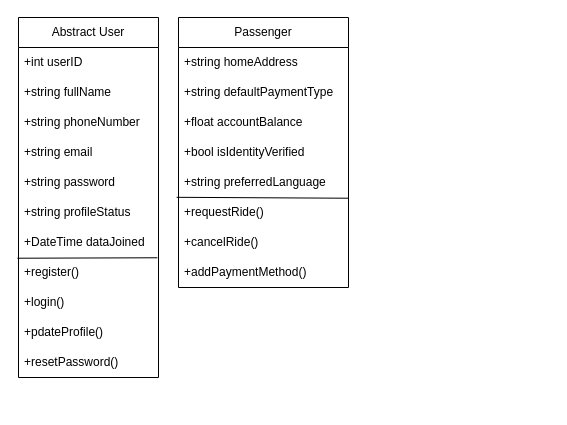
Earlier version of the draw.io diagram SEPP_CW2_Class_Diagram.drawio (Anuja-jayasinghe/DrawIo_Projects). Source tidied: cells renumbered, new cells numbered last; positions are measured from the earlier drawing's top-left corner, leaving out a move shared by most shapes. Both pictures are drawn from the tidied source at 100%, with x=0, y=0 at pixel (18, 17).
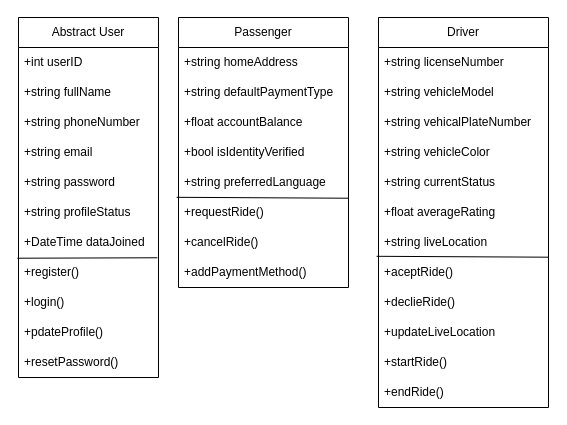
After the change.

Diff of the diagram source:
```diff
@@
+    <mxCell id="25" value="Driver" style="swimlane;fontStyle=0;horizontal=1;startSize=30;whiteSpace=wrap;html=1;" parent="1" vertex="1">
+      <mxGeometry x="360" width="170" height="390" as="geometry" />
+    </mxCell>
+    <mxCell id="26" value="+string licenseNumber" style="text;strokeColor=none;fillColor=none;align=left;verticalAlign=middle;spacingLeft=4;spacingRight=4;overflow=hidden;whiteSpace=wrap;html=1;" parent="25" vertex="1">
+      <mxGeometry y="30" width="170" height="30" as="geometry" />
+    </mxCell>
+    <mxCell id="27" value="+string vehicleModel" style="text;strokeColor=none;fillColor=none;align=left;verticalAlign=middle;spacingLeft=4;spacingRight=4;overflow=hidden;whiteSpace=wrap;html=1;" parent="25" vertex="1">
+      <mxGeometry y="60" width="170" height="30" as="geometry" />
+    </mxCell>
+    <mxCell id="28" value="+string vehicalPlateNumber" style="text;strokeColor=none;fillColor=none;align=left;verticalAlign=middle;spacingLeft=4;spacingRight=4;overflow=hidden;whiteSpace=wrap;html=1;" parent="25" vertex="1">
+      <mxGeometry y="90" width="170" height="30" as="geometry" />
+    </mxCell>
+    <mxCell id="29" value="+string vehicleColor" style="text;strokeColor=none;fillColor=none;align=left;verticalAlign=middle;spacingLeft=4;spacingRight=4;overflow=hidden;whiteSpace=wrap;html=1;" parent="25" vertex="1">
+      <mxGeometry y="120" width="170" height="30" as="geometry" />
+    </mxCell>
+    <mxCell id="30" value="+string currentStatus" style="text;strokeColor=none;fillColor=none;align=left;verticalAlign=middle;spacingLeft=4;spacingRight=4;overflow=hidden;whiteSpace=wrap;html=1;" parent="25" vertex="1">
+      <mxGeometry y="150" width="170" height="30" as="geometry" />
+    </mxCell>
+    <mxCell id="31" value="+float averageRating" style="text;strokeColor=none;fillColor=none;align=left;verticalAlign=middle;spacingLeft=4;spacingRight=4;overflow=hidden;whiteSpace=wrap;html=1;" parent="25" vertex="1">
+      <mxGeometry y="180" width="170" height="30" as="geometry" />
+    </mxCell>
+    <mxCell id="32" value="+string liveLocation" style="text;strokeColor=none;fillColor=none;align=left;verticalAlign=middle;spacingLeft=4;spacingRight=4;overflow=hidden;whiteSpace=wrap;html=1;" parent="25" vertex="1">
+      <mxGeometry y="210" width="170" height="30" as="geometry" />
+    </mxCell>
+    <mxCell id="33" value="+aceptRide()" style="text;strokeColor=none;fillColor=none;align=left;verticalAlign=middle;spacingLeft=4;spacingRight=4;overflow=hidden;whiteSpace=wrap;html=1;" parent="25" vertex="1">
+      <mxGeometry y="240" width="170" height="30" as="geometry" />
+    </mxCell>
+    <mxCell id="34" style="endArrow=none;html=1;rounded=0;exitX=-0.011;exitY=-0.006;exitDx=0;exitDy=0;exitPerimeter=0;entryX=0.998;entryY=0.024;entryDx=0;entryDy=0;entryPerimeter=0;" parent="25" edge="1">
+      <mxGeometry relative="1" as="geometry">
+        <mxPoint x="-1.9" y="238.8" as="sourcePoint" />
+        <mxPoint x="169.7" y="239.7" as="targetPoint" />
+      </mxGeometry>
+    </mxCell>
+    <mxCell id="35" value="+declieRide()" style="text;strokeColor=none;fillColor=none;align=left;verticalAlign=middle;spacingLeft=4;spacingRight=4;overflow=hidden;whiteSpace=wrap;html=1;" parent="25" vertex="1">
+      <mxGeometry y="270" width="170" height="30" as="geometry" />
+    </mxCell>
+    <mxCell id="36" value="+updateLiveLocation" style="text;strokeColor=none;fillColor=none;align=left;verticalAlign=middle;spacingLeft=4;spacingRight=4;overflow=hidden;whiteSpace=wrap;html=1;" parent="25" vertex="1">
+      <mxGeometry y="300" width="170" height="30" as="geometry" />
+    </mxCell>
+    <mxCell id="37" value="+startRide()" style="text;strokeColor=none;fillColor=none;align=left;verticalAlign=middle;spacingLeft=4;spacingRight=4;overflow=hidden;whiteSpace=wrap;html=1;" parent="25" vertex="1">
+      <mxGeometry y="330" width="170" height="30" as="geometry" />
+    </mxCell>
+    <mxCell id="38" value="+endRide()" style="text;strokeColor=none;fillColor=none;align=left;verticalAlign=middle;spacingLeft=4;spacingRight=4;overflow=hidden;whiteSpace=wrap;html=1;" parent="25" vertex="1">
+      <mxGeometry y="360" width="170" height="30" as="geometry" />
+    </mxCell>
```
